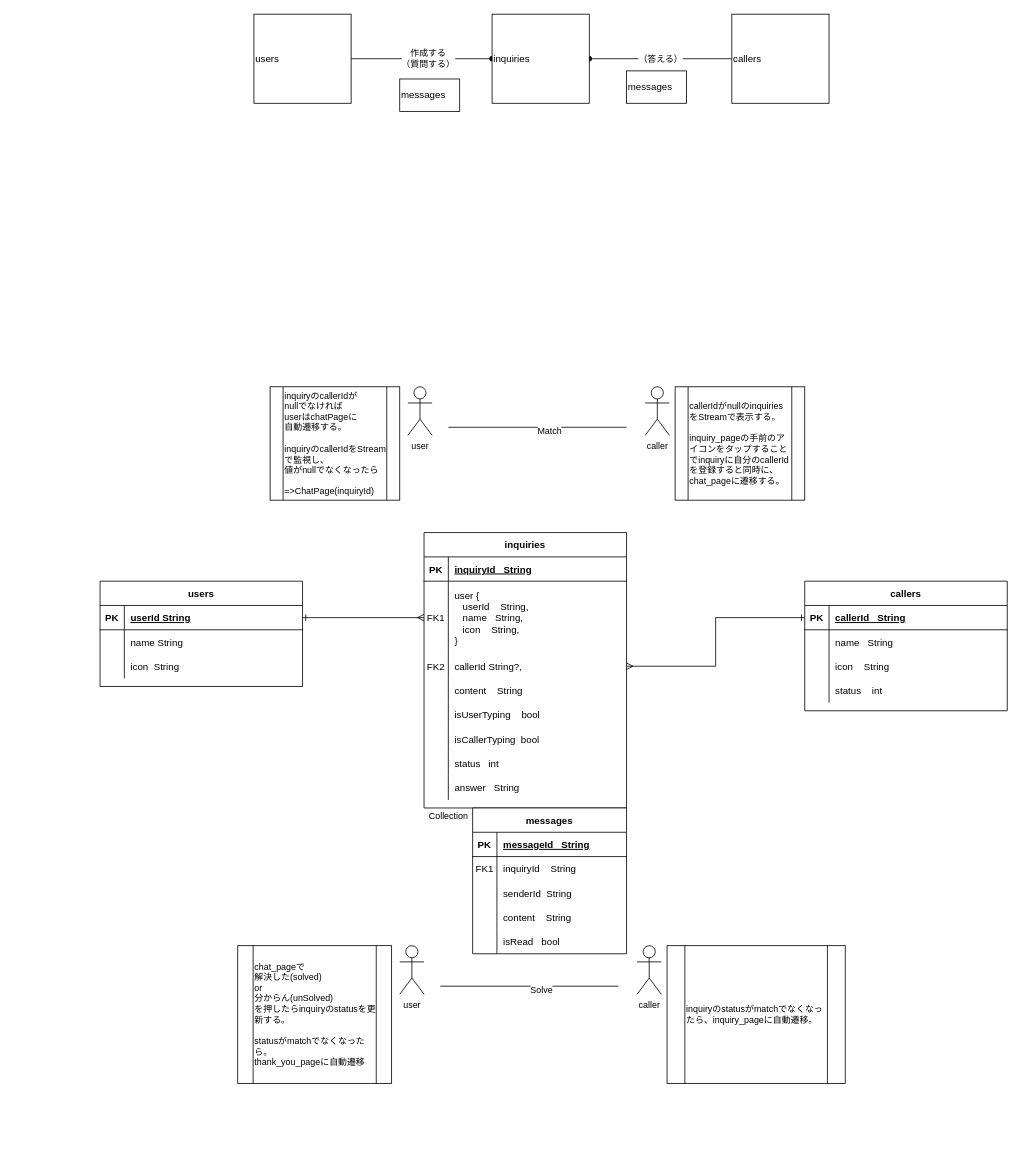
Earlier version of the draw.io diagram page "data" (2 of 2) of Untitled Diagram.drawio (neco3coffee/flutter_inquiry_visualization). Source tidied: cells renumbered, new cells numbered last; positions are measured from the earlier drawing's top-left corner, leaving out a move shared by most shapes. Both pictures are drawn from the tidied source at 81%, with x=0, y=0 at pixel (100, 14).
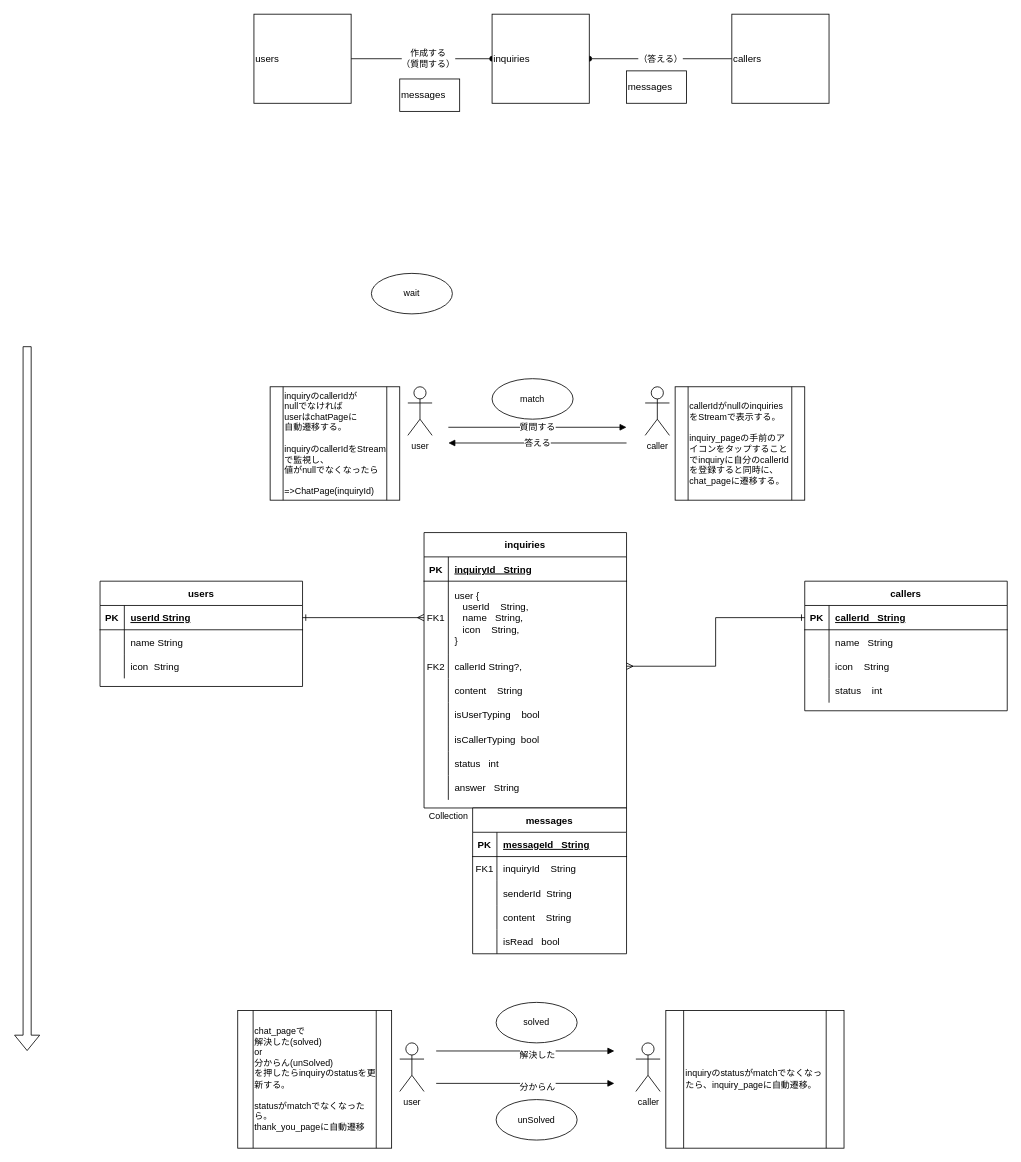
Above is the later version.

What changed in the source:
```diff
@@
-    <mxCell id="81" style="endArrow=none;html=1;rounded=0;fontSize=11;" parent="1" edge="1">
+    <mxCell id="81" value="質問する" style="endArrow=block;html=1;rounded=0;fontSize=11;endFill=1;" parent="1" edge="1">
       <mxGeometry relative="1" as="geometry">
         <mxPoint x="430" y="510" as="sourcePoint" />
         <mxPoint x="650" y="510" as="targetPoint" />
       </mxGeometry>
     </mxCell>
-    <mxCell id="82" value="Match" style="edgeLabel;html=1;align=center;verticalAlign=middle;fontSize=11;" parent="81" vertex="1">
-      <mxGeometry x="0.13" y="-4" relative="1" as="geometry" />
-    </mxCell>
     <mxCell id="83" value="inquiryのstatusがmatchでなくなったら、inquiry_pageに自動遷移。&lt;br&gt;" style="shape=process;whiteSpace=wrap;html=1;backgroundOutline=1;fontSize=11;align=left;" parent="1" vertex="1">
-      <mxGeometry x="700" y="1150" width="220" height="170" as="geometry" />
+      <mxGeometry x="698.5" y="1230" width="220" height="170" as="geometry" />
     </mxCell>
     <mxCell id="84" value="caller" style="shape=umlActor;verticalLabelPosition=bottom;verticalAlign=top;html=1;fontSize=11;" parent="1" vertex="1">
-      <mxGeometry x="663" y="1150" width="30" height="60" as="geometry" />
+      <mxGeometry x="661.5" y="1270" width="30" height="60" as="geometry" />
     </mxCell>
     <mxCell id="85" value="chat_pageで&lt;br&gt;解決した(solved)&lt;br&gt;or&lt;br&gt;分からん(unSolved)&lt;br&gt;を押したらinquiryのstatusを更新する。&lt;br&gt;&lt;br&gt;statusがmatchでなくなったら。&lt;br&gt;thank_you_pageに自動遷移" style="shape=process;whiteSpace=wrap;html=1;backgroundOutline=1;fontSize=11;align=left;" parent="1" vertex="1">
-      <mxGeometry x="170" y="1150" width="190" height="170" as="geometry" />
+      <mxGeometry x="170" y="1230" width="190" height="170" as="geometry" />
     </mxCell>
     <mxCell id="86" value="user" style="shape=umlActor;verticalLabelPosition=bottom;verticalAlign=top;html=1;fontSize=11;" parent="1" vertex="1">
-      <mxGeometry x="370" y="1150" width="30" height="60" as="geometry" />
+      <mxGeometry x="370" y="1270" width="30" height="60" as="geometry" />
     </mxCell>
-    <mxCell id="87" style="endArrow=none;html=1;rounded=0;fontSize=11;" parent="1" edge="1">
+    <mxCell id="87" style="endArrow=block;html=1;rounded=0;fontSize=11;endFill=1;" parent="1" edge="1">
       <mxGeometry relative="1" as="geometry">
-        <mxPoint x="420" y="1200" as="sourcePoint" />
-        <mxPoint x="640" y="1200" as="targetPoint" />
+        <mxPoint x="415" y="1280" as="sourcePoint" />
+        <mxPoint x="635" y="1280" as="targetPoint" />
       </mxGeometry>
     </mxCell>
-    <mxCell id="88" value="Solve" style="edgeLabel;html=1;align=center;verticalAlign=middle;fontSize=11;" parent="87" vertex="1">
+    <mxCell id="88" value="解決した" style="edgeLabel;html=1;align=center;verticalAlign=middle;fontSize=11;" parent="87" vertex="1">
       <mxGeometry x="0.13" y="-4" relative="1" as="geometry" />
     </mxCell>
+    <mxCell id="89" value="答える" style="endArrow=none;html=1;rounded=0;fontSize=11;endFill=0;startArrow=block;startFill=1;" parent="1" edge="1">
+      <mxGeometry relative="1" as="geometry">
+        <mxPoint x="430" y="529.4" as="sourcePoint" />
+        <mxPoint x="650" y="529.4" as="targetPoint" />
+      </mxGeometry>
+    </mxCell>
+    <mxCell id="90" value="wait" style="ellipse;whiteSpace=wrap;html=1;fontSize=11;" parent="1" vertex="1">
+      <mxGeometry x="335" y="320" width="100" height="50" as="geometry" />
+    </mxCell>
+    <mxCell id="91" value="match" style="ellipse;whiteSpace=wrap;html=1;fontSize=11;" parent="1" vertex="1">
+      <mxGeometry x="484" y="450" width="100" height="50" as="geometry" />
+    </mxCell>
+    <mxCell id="92" value="solved" style="ellipse;whiteSpace=wrap;html=1;fontSize=11;" parent="1" vertex="1">
+      <mxGeometry x="489" y="1220" width="100" height="50" as="geometry" />
+    </mxCell>
+    <mxCell id="93" value="unSolved" style="ellipse;whiteSpace=wrap;html=1;fontSize=11;strokeColor=#000000;" parent="1" vertex="1">
+      <mxGeometry x="489" y="1340" width="100" height="50" as="geometry" />
+    </mxCell>
+    <mxCell id="94" style="shape=flexArrow;endArrow=classic;html=1;rounded=0;fontSize=11;" parent="1" edge="1">
+      <mxGeometry relative="1" as="geometry">
+        <mxPoint x="-90" y="410" as="sourcePoint" />
+        <mxPoint x="-90" y="1280" as="targetPoint" />
+      </mxGeometry>
+    </mxCell>
+    <mxCell id="95" style="endArrow=block;html=1;rounded=0;fontSize=11;endFill=1;" parent="1" edge="1">
+      <mxGeometry relative="1" as="geometry">
+        <mxPoint x="415" y="1320" as="sourcePoint" />
+        <mxPoint x="635" y="1320" as="targetPoint" />
+      </mxGeometry>
+    </mxCell>
+    <mxCell id="96" value="分からん" style="edgeLabel;html=1;align=center;verticalAlign=middle;fontSize=11;" parent="95" vertex="1">
+      <mxGeometry x="0.13" y="-4" relative="1" as="geometry" />
+    </mxCell>
```
